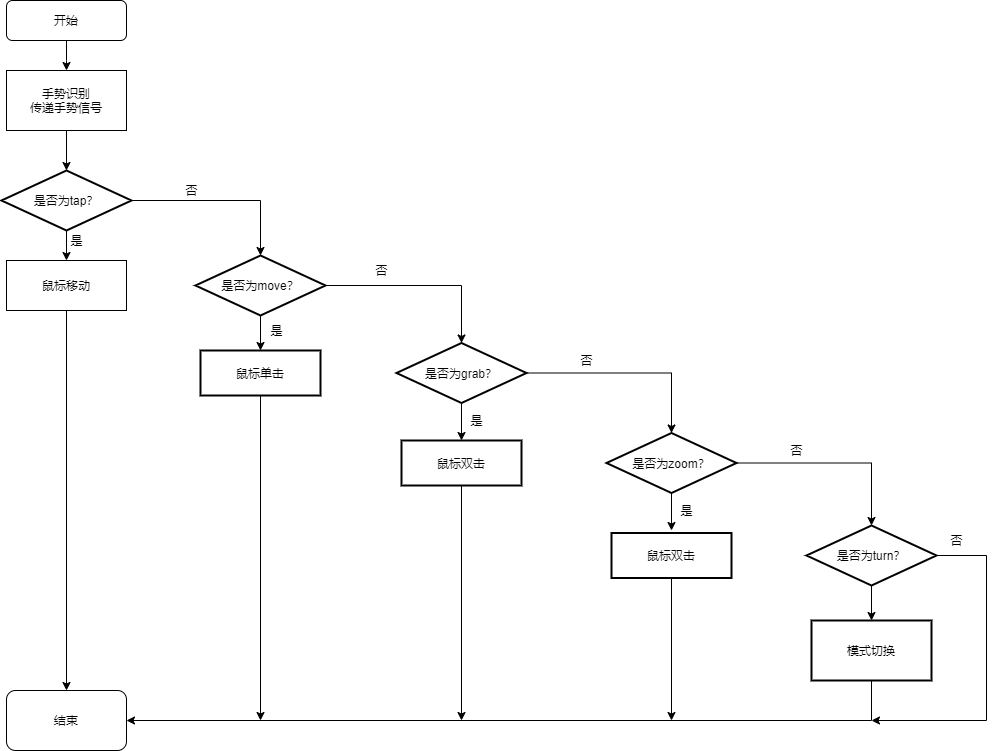
Before: first.png, a diagram exported from draw.io (liang-yh/gitskills). Source tidied: cells renumbered, new cells last; positions are measured from the earlier drawing's top-left corner, leaving out a move shared by most shapes.
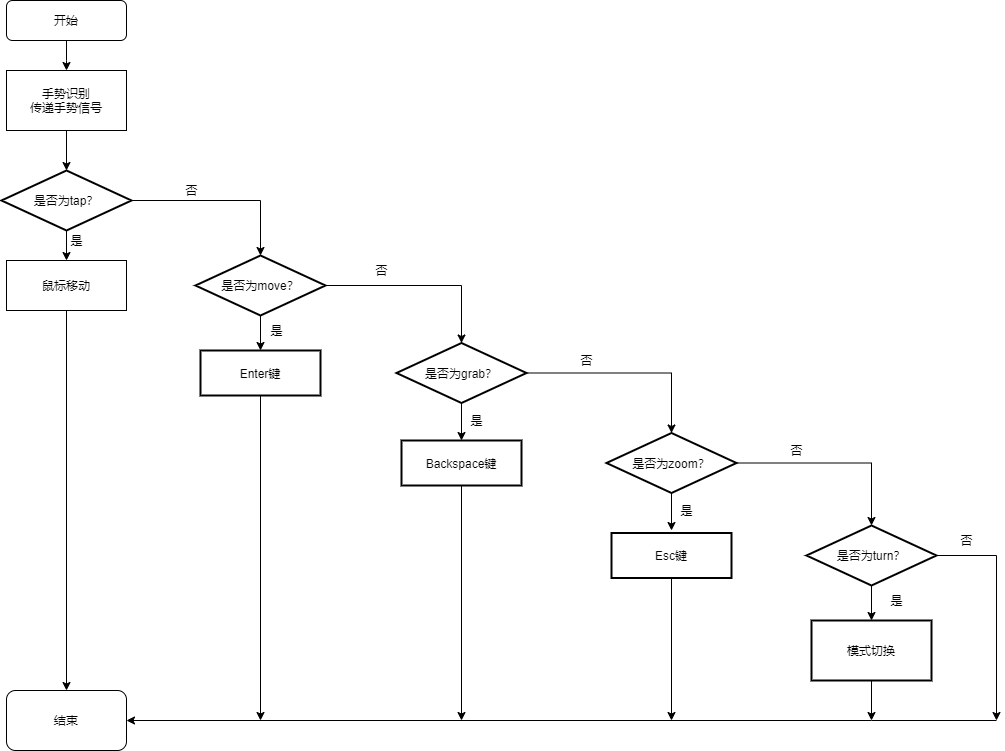
The same file after the commit.

Change to the diagram source:
```diff
@@ -55,7 +55,7 @@
         <mxPoint x="259" y="720" as="targetPoint" />
       </mxGeometry>
     </mxCell>
-    <mxCell id="16" value="鼠标单击" style="whiteSpace=wrap;html=1;strokeWidth=2;" parent="1" vertex="1">
+    <mxCell id="16" value="Enter键" style="whiteSpace=wrap;html=1;strokeWidth=2;" parent="1" vertex="1">
       <mxGeometry x="199" y="350" width="120" height="45" as="geometry" />
     </mxCell>
     <mxCell id="17" style="edgeStyle=orthogonalEdgeStyle;rounded=0;jettySize=auto;html=1;" parent="1" edge="1" source="19" target="25">
@@ -92,7 +92,7 @@
         <mxPoint x="460" y="720" as="targetPoint" />
       </mxGeometry>
     </mxCell>
-    <mxCell id="27" value="鼠标双击" style="whiteSpace=wrap;html=1;strokeWidth=2;" parent="1" vertex="1">
+    <mxCell id="27" value="Backspace键" style="whiteSpace=wrap;html=1;strokeWidth=2;" parent="1" vertex="1">
       <mxGeometry x="400" y="440" width="120" height="45" as="geometry" />
     </mxCell>
     <mxCell id="28" value="否" style="text;html=1;align=center;verticalAlign=middle;strokeColor=none;" parent="1" vertex="1">
@@ -104,25 +104,31 @@
     <mxCell id="30" style="edgeStyle=orthogonalEdgeStyle;rounded=0;jettySize=auto;html=1;" parent="1" edge="1" source="32" target="34">
       <mxGeometry relative="1" as="geometry" />
     </mxCell>
-    <mxCell id="31" style="edgeStyle=orthogonalEdgeStyle;rounded=0;jettySize=auto;html=1;" parent="1" edge="1" source="32">
-      <mxGeometry relative="1" as="geometry">
-        <mxPoint x="870" y="720" as="targetPoint" />
-        <Array as="points">
-          <mxPoint x="985" y="555" />
-          <mxPoint x="985" y="720" />
-        </Array>
-      </mxGeometry>
-    </mxCell>
+    <mxCell id="41" style="edgeStyle=orthogonalEdgeStyle;rounded=0;jettySize=auto;html=1;" parent="1" edge="1" source="32">
+      <mxGeometry relative="1" as="geometry">
+        <mxPoint x="995" y="720" as="targetPoint" />
+        <Array as="points">
+          <mxPoint x="995" y="555" />
+          <mxPoint x="995" y="720" />
+        </Array>
+      </mxGeometry>
+    </mxCell>
     <mxCell id="32" value="是否为turn？" style="strokeWidth=2;html=1;shape=mxgraph.flowchart.decision;whiteSpace=wrap;" parent="1" vertex="1">
       <mxGeometry x="805" y="525" width="130" height="60" as="geometry" />
     </mxCell>
-    <mxCell id="33" style="edgeStyle=orthogonalEdgeStyle;rounded=0;jettySize=auto;html=1;entryX=1;entryY=0.5;entryDx=0;entryDy=0;" parent="1" edge="1" source="34" target="39">
+    <mxCell id="33" style="edgeStyle=orthogonalEdgeStyle;rounded=0;jettySize=auto;html=1;entryX=1;entryY=0.5;entryDx=0;entryDy=0;" parent="1" edge="1" target="39">
       <mxGeometry relative="1" as="geometry">
+        <mxPoint x="995" y="720" as="sourcePoint" />
         <Array as="points">
           <mxPoint x="870" y="720" />
         </Array>
       </mxGeometry>
     </mxCell>
+    <mxCell id="42" style="edgeStyle=orthogonalEdgeStyle;rounded=0;jettySize=auto;html=1;" parent="1" edge="1" source="34">
+      <mxGeometry relative="1" as="geometry">
+        <mxPoint x="870" y="720" as="targetPoint" />
+      </mxGeometry>
+    </mxCell>
     <mxCell id="34" value="模式切换" style="whiteSpace=wrap;html=1;strokeWidth=2;" parent="1" vertex="1">
       <mxGeometry x="810" y="620" width="120" height="60" as="geometry" />
     </mxCell>
@@ -131,7 +137,7 @@
         <mxPoint x="670" y="720" as="targetPoint" />
       </mxGeometry>
     </mxCell>
-    <mxCell id="36" value="鼠标双击" style="whiteSpace=wrap;html=1;strokeWidth=2;" parent="1" vertex="1">
+    <mxCell id="36" value="Esc键" style="whiteSpace=wrap;html=1;strokeWidth=2;" parent="1" vertex="1">
       <mxGeometry x="610" y="532.5" width="120" height="45" as="geometry" />
     </mxCell>
     <mxCell id="37" value="是" style="text;html=1;align=center;verticalAlign=middle;strokeColor=none;" parent="1" vertex="1">
@@ -143,8 +149,11 @@
     <mxCell id="39" value="结束" style="rounded=1;whiteSpace=wrap;html=1;" parent="1" vertex="1">
       <mxGeometry x="5" y="690" width="120" height="60" as="geometry" />
     </mxCell>
+    <mxCell id="43" value="是" style="text;html=1;align=center;verticalAlign=middle;strokeColor=none;" parent="1" vertex="1">
+      <mxGeometry x="880" y="590" width="30" height="20" as="geometry" />
+    </mxCell>
     <mxCell id="40" value="否" style="text;html=1;align=center;verticalAlign=middle;strokeColor=none;" parent="1" vertex="1">
-      <mxGeometry x="940" y="530" width="30" height="20" as="geometry" />
+      <mxGeometry x="950" y="530" width="30" height="20" as="geometry" />
     </mxCell>
   </root>
 </mxGraphModel>
```
